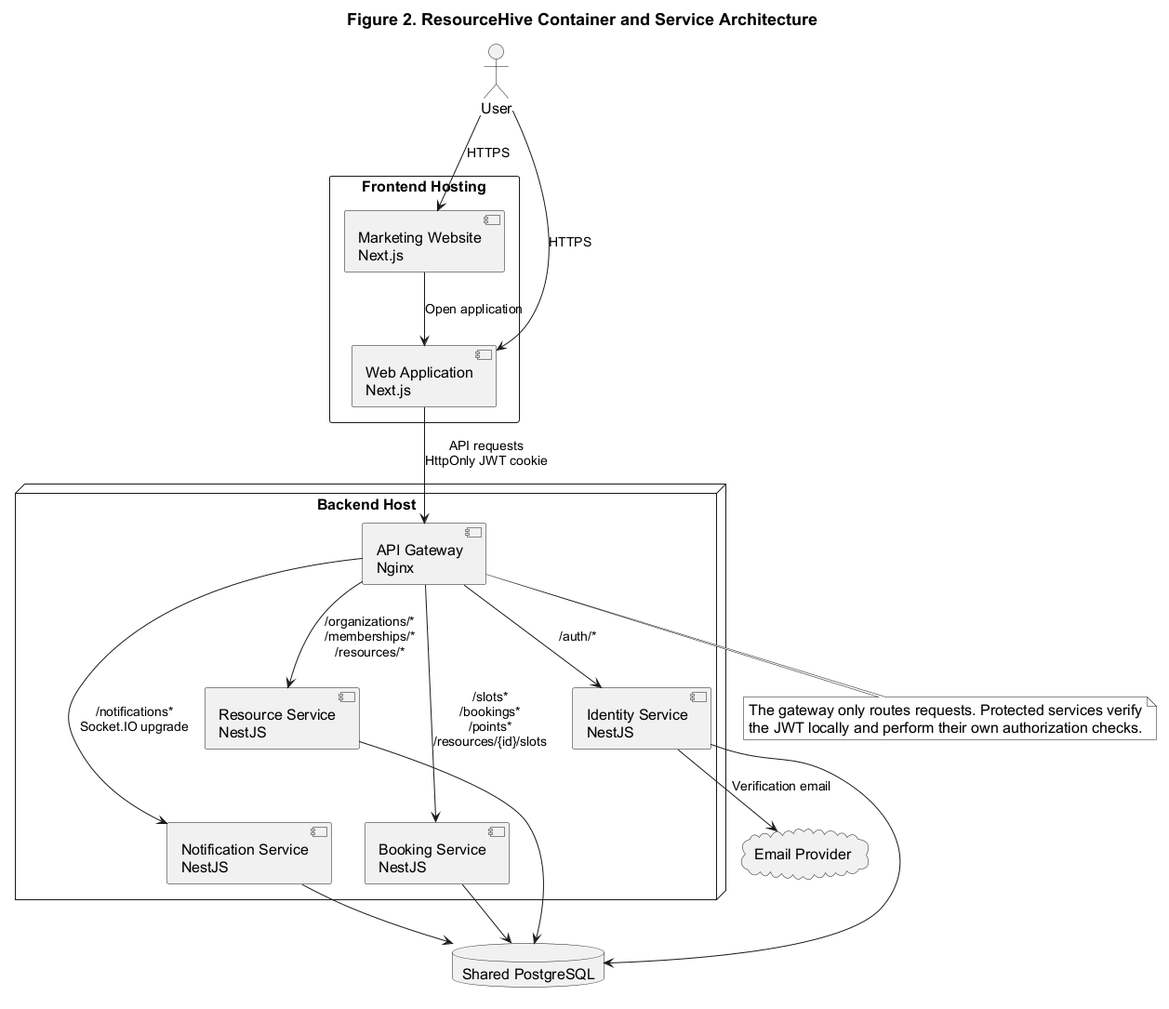
Above: design-diagrams-2-plantuml/C/png/02-container-architecture.png in resourcehive-team/resourcehive (PlantUML), before the change.
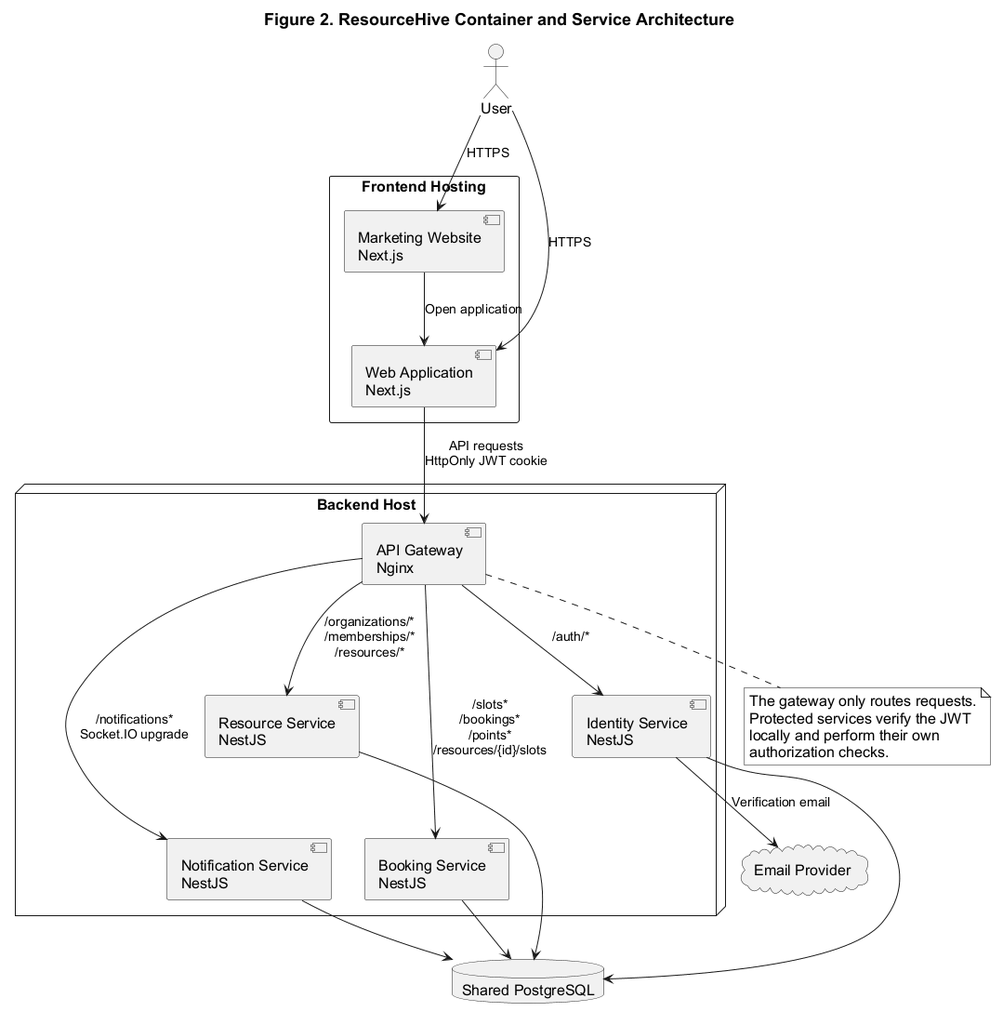
The same file after the commit.

Commit message:
Add architecture document review with detailed corrections and improvements

The edit, as a diff of the source:
```diff
@@ -50,7 +50,9 @@
 Identity --> Email : Verification email
 
 note bottom of Gateway
-The gateway only routes requests. Protected services verify
-the JWT locally and perform their own authorization checks.
+The gateway only routes requests.
+Protected services verify the JWT
+locally and perform their own
+authorization checks.
 end note
 @enduml
```
